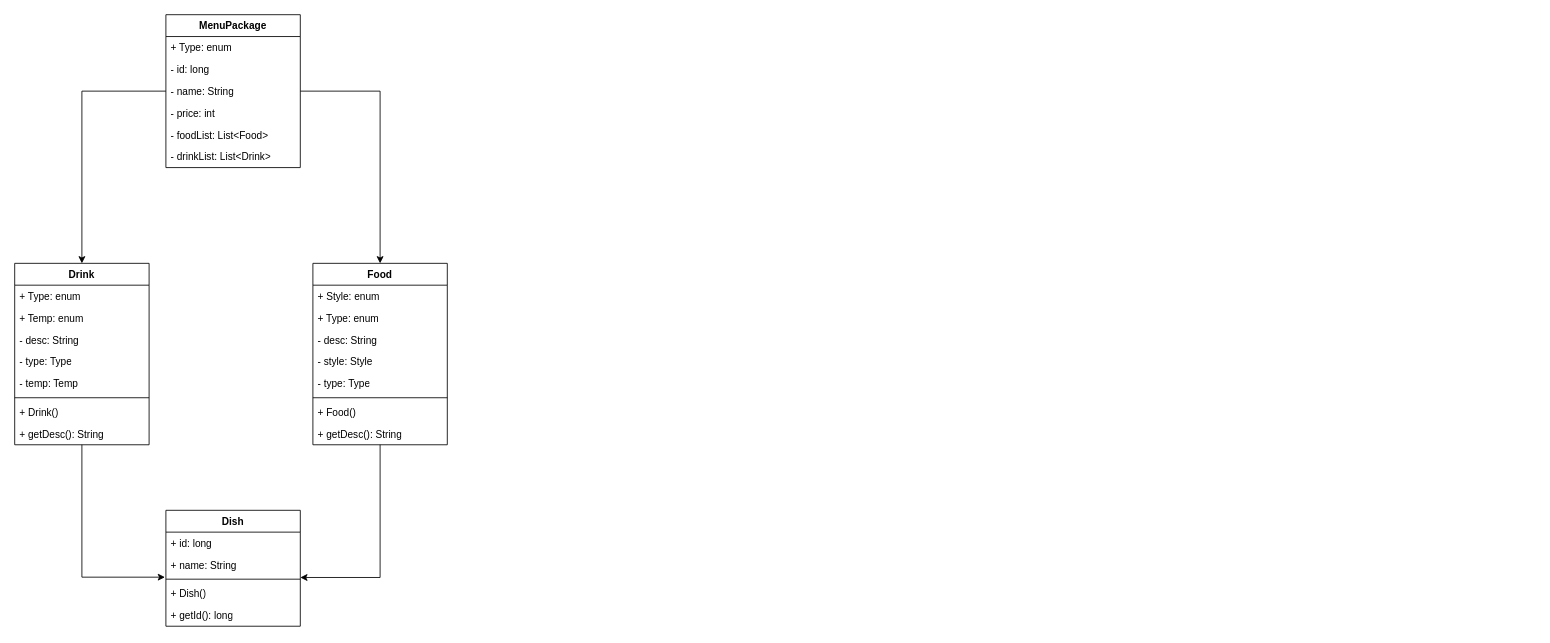
Earlier version of the draw.io diagram page "ERD" (1 of 2) of PBO_UMLInvestasiSaham.drawio (elikawicaksana/BuildIT_BasisData). Source tidied: cells renumbered, new cells numbered last; positions are measured from the earlier drawing's top-left corner, leaving out a move shared by most shapes. Both pictures are drawn from the tidied source at 84%, with x=0, y=0 at pixel (14, 14).
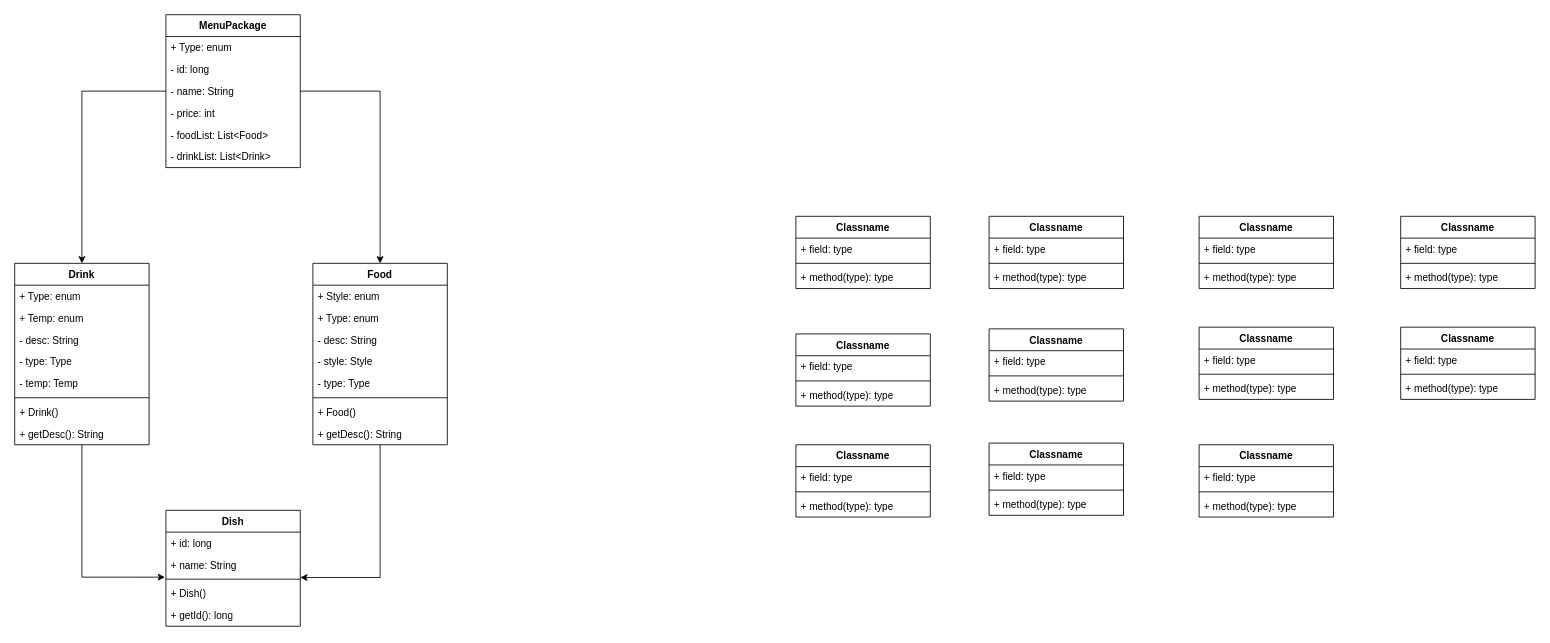
The same page after the edit.

Diff of the diagram source:
```diff
@@
+    <mxCell id="37" value="Classname" style="swimlane;fontStyle=1;align=center;verticalAlign=top;horizontal=1;startSize=26;whiteSpace=wrap;html=1;" parent="1" vertex="1">
+      <mxGeometry x="930" y="240" width="160" height="86" as="geometry" />
+    </mxCell>
+    <mxCell id="38" value="+ field: type" style="text;strokeColor=none;fillColor=none;align=left;verticalAlign=top;spacingLeft=4;spacingRight=4;overflow=hidden;whiteSpace=wrap;html=1;" parent="37" vertex="1">
+      <mxGeometry y="26" width="160" height="26" as="geometry" />
+    </mxCell>
+    <mxCell id="39" style="line;strokeWidth=1;fillColor=none;align=left;verticalAlign=middle;spacingTop=-1;spacingLeft=3;spacingRight=3;labelPosition=right;strokeColor=inherit;" parent="37" vertex="1">
+      <mxGeometry y="52" width="160" height="8" as="geometry" />
+    </mxCell>
+    <mxCell id="40" value="+ method(type): type" style="text;strokeColor=none;fillColor=none;align=left;verticalAlign=top;spacingLeft=4;spacingRight=4;overflow=hidden;whiteSpace=wrap;html=1;" parent="37" vertex="1">
+      <mxGeometry y="60" width="160" height="26" as="geometry" />
+    </mxCell>
+    <mxCell id="41" value="Classname" style="swimlane;fontStyle=1;align=center;verticalAlign=top;horizontal=1;startSize=26;whiteSpace=wrap;html=1;" parent="1" vertex="1">
+      <mxGeometry x="1160" y="240" width="160" height="86" as="geometry" />
+    </mxCell>
+    <mxCell id="42" value="+ field: type" style="text;strokeColor=none;fillColor=none;align=left;verticalAlign=top;spacingLeft=4;spacingRight=4;overflow=hidden;whiteSpace=wrap;html=1;" parent="41" vertex="1">
+      <mxGeometry y="26" width="160" height="26" as="geometry" />
+    </mxCell>
+    <mxCell id="43" style="line;strokeWidth=1;fillColor=none;align=left;verticalAlign=middle;spacingTop=-1;spacingLeft=3;spacingRight=3;labelPosition=right;strokeColor=inherit;" parent="41" vertex="1">
+      <mxGeometry y="52" width="160" height="8" as="geometry" />
+    </mxCell>
+    <mxCell id="44" value="+ method(type): type" style="text;strokeColor=none;fillColor=none;align=left;verticalAlign=top;spacingLeft=4;spacingRight=4;overflow=hidden;whiteSpace=wrap;html=1;" parent="41" vertex="1">
+      <mxGeometry y="60" width="160" height="26" as="geometry" />
+    </mxCell>
+    <mxCell id="45" value="Classname" style="swimlane;fontStyle=1;align=center;verticalAlign=top;horizontal=1;startSize=26;whiteSpace=wrap;html=1;" parent="1" vertex="1">
+      <mxGeometry x="930" y="380" width="160" height="86" as="geometry" />
+    </mxCell>
+    <mxCell id="46" value="+ field: type" style="text;strokeColor=none;fillColor=none;align=left;verticalAlign=top;spacingLeft=4;spacingRight=4;overflow=hidden;whiteSpace=wrap;html=1;" parent="45" vertex="1">
+      <mxGeometry y="26" width="160" height="26" as="geometry" />
+    </mxCell>
+    <mxCell id="47" style="line;strokeWidth=1;fillColor=none;align=left;verticalAlign=middle;spacingTop=-1;spacingLeft=3;spacingRight=3;labelPosition=right;strokeColor=inherit;" parent="45" vertex="1">
+      <mxGeometry y="52" width="160" height="8" as="geometry" />
+    </mxCell>
+    <mxCell id="48" value="+ method(type): type" style="text;strokeColor=none;fillColor=none;align=left;verticalAlign=top;spacingLeft=4;spacingRight=4;overflow=hidden;whiteSpace=wrap;html=1;" parent="45" vertex="1">
+      <mxGeometry y="60" width="160" height="26" as="geometry" />
+    </mxCell>
+    <mxCell id="49" value="Classname" style="swimlane;fontStyle=1;align=center;verticalAlign=top;horizontal=1;startSize=26;whiteSpace=wrap;html=1;" parent="1" vertex="1">
+      <mxGeometry x="1160" y="374" width="160" height="86" as="geometry" />
+    </mxCell>
+    <mxCell id="50" value="+ field: type" style="text;strokeColor=none;fillColor=none;align=left;verticalAlign=top;spacingLeft=4;spacingRight=4;overflow=hidden;whiteSpace=wrap;html=1;" parent="49" vertex="1">
+      <mxGeometry y="26" width="160" height="26" as="geometry" />
+    </mxCell>
+    <mxCell id="51" style="line;strokeWidth=1;fillColor=none;align=left;verticalAlign=middle;spacingTop=-1;spacingLeft=3;spacingRight=3;labelPosition=right;strokeColor=inherit;" parent="49" vertex="1">
+      <mxGeometry y="52" width="160" height="8" as="geometry" />
+    </mxCell>
+    <mxCell id="52" value="+ method(type): type" style="text;strokeColor=none;fillColor=none;align=left;verticalAlign=top;spacingLeft=4;spacingRight=4;overflow=hidden;whiteSpace=wrap;html=1;" parent="49" vertex="1">
+      <mxGeometry y="60" width="160" height="26" as="geometry" />
+    </mxCell>
+    <mxCell id="53" value="Classname" style="swimlane;fontStyle=1;align=center;verticalAlign=top;horizontal=1;startSize=26;whiteSpace=wrap;html=1;" parent="1" vertex="1">
+      <mxGeometry x="930" y="512" width="160" height="86" as="geometry" />
+    </mxCell>
+    <mxCell id="54" value="+ field: type" style="text;strokeColor=none;fillColor=none;align=left;verticalAlign=top;spacingLeft=4;spacingRight=4;overflow=hidden;whiteSpace=wrap;html=1;" parent="53" vertex="1">
+      <mxGeometry y="26" width="160" height="26" as="geometry" />
+    </mxCell>
+    <mxCell id="55" style="line;strokeWidth=1;fillColor=none;align=left;verticalAlign=middle;spacingTop=-1;spacingLeft=3;spacingRight=3;labelPosition=right;strokeColor=inherit;" parent="53" vertex="1">
+      <mxGeometry y="52" width="160" height="8" as="geometry" />
+    </mxCell>
+    <mxCell id="56" value="+ method(type): type" style="text;strokeColor=none;fillColor=none;align=left;verticalAlign=top;spacingLeft=4;spacingRight=4;overflow=hidden;whiteSpace=wrap;html=1;" parent="53" vertex="1">
+      <mxGeometry y="60" width="160" height="26" as="geometry" />
+    </mxCell>
+    <mxCell id="57" value="Classname" style="swimlane;fontStyle=1;align=center;verticalAlign=top;horizontal=1;startSize=26;whiteSpace=wrap;html=1;" parent="1" vertex="1">
+      <mxGeometry x="1160" y="510" width="160" height="86" as="geometry" />
+    </mxCell>
+    <mxCell id="58" value="+ field: type" style="text;strokeColor=none;fillColor=none;align=left;verticalAlign=top;spacingLeft=4;spacingRight=4;overflow=hidden;whiteSpace=wrap;html=1;" parent="57" vertex="1">
+      <mxGeometry y="26" width="160" height="26" as="geometry" />
+    </mxCell>
+    <mxCell id="59" style="line;strokeWidth=1;fillColor=none;align=left;verticalAlign=middle;spacingTop=-1;spacingLeft=3;spacingRight=3;labelPosition=right;strokeColor=inherit;" parent="57" vertex="1">
+      <mxGeometry y="52" width="160" height="8" as="geometry" />
+    </mxCell>
+    <mxCell id="60" value="+ method(type): type" style="text;strokeColor=none;fillColor=none;align=left;verticalAlign=top;spacingLeft=4;spacingRight=4;overflow=hidden;whiteSpace=wrap;html=1;" parent="57" vertex="1">
+      <mxGeometry y="60" width="160" height="26" as="geometry" />
+    </mxCell>
+    <mxCell id="61" value="Classname" style="swimlane;fontStyle=1;align=center;verticalAlign=top;horizontal=1;startSize=26;whiteSpace=wrap;html=1;" parent="1" vertex="1">
+      <mxGeometry x="1410" y="240" width="160" height="86" as="geometry" />
+    </mxCell>
+    <mxCell id="62" value="+ field: type" style="text;strokeColor=none;fillColor=none;align=left;verticalAlign=top;spacingLeft=4;spacingRight=4;overflow=hidden;whiteSpace=wrap;html=1;" parent="61" vertex="1">
+      <mxGeometry y="26" width="160" height="26" as="geometry" />
+    </mxCell>
+    <mxCell id="63" style="line;strokeWidth=1;fillColor=none;align=left;verticalAlign=middle;spacingTop=-1;spacingLeft=3;spacingRight=3;labelPosition=right;strokeColor=inherit;" parent="61" vertex="1">
+      <mxGeometry y="52" width="160" height="8" as="geometry" />
+    </mxCell>
+    <mxCell id="64" value="+ method(type): type" style="text;strokeColor=none;fillColor=none;align=left;verticalAlign=top;spacingLeft=4;spacingRight=4;overflow=hidden;whiteSpace=wrap;html=1;" parent="61" vertex="1">
+      <mxGeometry y="60" width="160" height="26" as="geometry" />
+    </mxCell>
+    <mxCell id="65" value="Classname" style="swimlane;fontStyle=1;align=center;verticalAlign=top;horizontal=1;startSize=26;whiteSpace=wrap;html=1;" parent="1" vertex="1">
+      <mxGeometry x="1410" y="372" width="160" height="86" as="geometry" />
+    </mxCell>
+    <mxCell id="66" value="+ field: type" style="text;strokeColor=none;fillColor=none;align=left;verticalAlign=top;spacingLeft=4;spacingRight=4;overflow=hidden;whiteSpace=wrap;html=1;" parent="65" vertex="1">
+      <mxGeometry y="26" width="160" height="26" as="geometry" />
+    </mxCell>
+    <mxCell id="67" style="line;strokeWidth=1;fillColor=none;align=left;verticalAlign=middle;spacingTop=-1;spacingLeft=3;spacingRight=3;labelPosition=right;strokeColor=inherit;" parent="65" vertex="1">
+      <mxGeometry y="52" width="160" height="8" as="geometry" />
+    </mxCell>
+    <mxCell id="68" value="+ method(type): type" style="text;strokeColor=none;fillColor=none;align=left;verticalAlign=top;spacingLeft=4;spacingRight=4;overflow=hidden;whiteSpace=wrap;html=1;" parent="65" vertex="1">
+      <mxGeometry y="60" width="160" height="26" as="geometry" />
+    </mxCell>
+    <mxCell id="69" value="Classname" style="swimlane;fontStyle=1;align=center;verticalAlign=top;horizontal=1;startSize=26;whiteSpace=wrap;html=1;" parent="1" vertex="1">
+      <mxGeometry x="1410" y="512" width="160" height="86" as="geometry" />
+    </mxCell>
+    <mxCell id="70" value="+ field: type" style="text;strokeColor=none;fillColor=none;align=left;verticalAlign=top;spacingLeft=4;spacingRight=4;overflow=hidden;whiteSpace=wrap;html=1;" parent="69" vertex="1">
+      <mxGeometry y="26" width="160" height="26" as="geometry" />
+    </mxCell>
+    <mxCell id="71" style="line;strokeWidth=1;fillColor=none;align=left;verticalAlign=middle;spacingTop=-1;spacingLeft=3;spacingRight=3;labelPosition=right;strokeColor=inherit;" parent="69" vertex="1">
+      <mxGeometry y="52" width="160" height="8" as="geometry" />
+    </mxCell>
+    <mxCell id="72" value="+ method(type): type" style="text;strokeColor=none;fillColor=none;align=left;verticalAlign=top;spacingLeft=4;spacingRight=4;overflow=hidden;whiteSpace=wrap;html=1;" parent="69" vertex="1">
+      <mxGeometry y="60" width="160" height="26" as="geometry" />
+    </mxCell>
+    <mxCell id="73" value="Classname" style="swimlane;fontStyle=1;align=center;verticalAlign=top;horizontal=1;startSize=26;whiteSpace=wrap;html=1;" parent="1" vertex="1">
+      <mxGeometry x="1650" y="240" width="160" height="86" as="geometry" />
+    </mxCell>
+    <mxCell id="74" value="+ field: type" style="text;strokeColor=none;fillColor=none;align=left;verticalAlign=top;spacingLeft=4;spacingRight=4;overflow=hidden;whiteSpace=wrap;html=1;" parent="73" vertex="1">
+      <mxGeometry y="26" width="160" height="26" as="geometry" />
+    </mxCell>
+    <mxCell id="75" style="line;strokeWidth=1;fillColor=none;align=left;verticalAlign=middle;spacingTop=-1;spacingLeft=3;spacingRight=3;labelPosition=right;strokeColor=inherit;" parent="73" vertex="1">
+      <mxGeometry y="52" width="160" height="8" as="geometry" />
+    </mxCell>
+    <mxCell id="76" value="+ method(type): type" style="text;strokeColor=none;fillColor=none;align=left;verticalAlign=top;spacingLeft=4;spacingRight=4;overflow=hidden;whiteSpace=wrap;html=1;" parent="73" vertex="1">
+      <mxGeometry y="60" width="160" height="26" as="geometry" />
+    </mxCell>
+    <mxCell id="77" value="Classname" style="swimlane;fontStyle=1;align=center;verticalAlign=top;horizontal=1;startSize=26;whiteSpace=wrap;html=1;" parent="1" vertex="1">
+      <mxGeometry x="1650" y="372" width="160" height="86" as="geometry" />
+    </mxCell>
+    <mxCell id="78" value="+ field: type" style="text;strokeColor=none;fillColor=none;align=left;verticalAlign=top;spacingLeft=4;spacingRight=4;overflow=hidden;whiteSpace=wrap;html=1;" parent="77" vertex="1">
+      <mxGeometry y="26" width="160" height="26" as="geometry" />
+    </mxCell>
+    <mxCell id="79" style="line;strokeWidth=1;fillColor=none;align=left;verticalAlign=middle;spacingTop=-1;spacingLeft=3;spacingRight=3;labelPosition=right;strokeColor=inherit;" parent="77" vertex="1">
+      <mxGeometry y="52" width="160" height="8" as="geometry" />
+    </mxCell>
+    <mxCell id="80" value="+ method(type): type" style="text;strokeColor=none;fillColor=none;align=left;verticalAlign=top;spacingLeft=4;spacingRight=4;overflow=hidden;whiteSpace=wrap;html=1;" parent="77" vertex="1">
+      <mxGeometry y="60" width="160" height="26" as="geometry" />
+    </mxCell>
```
